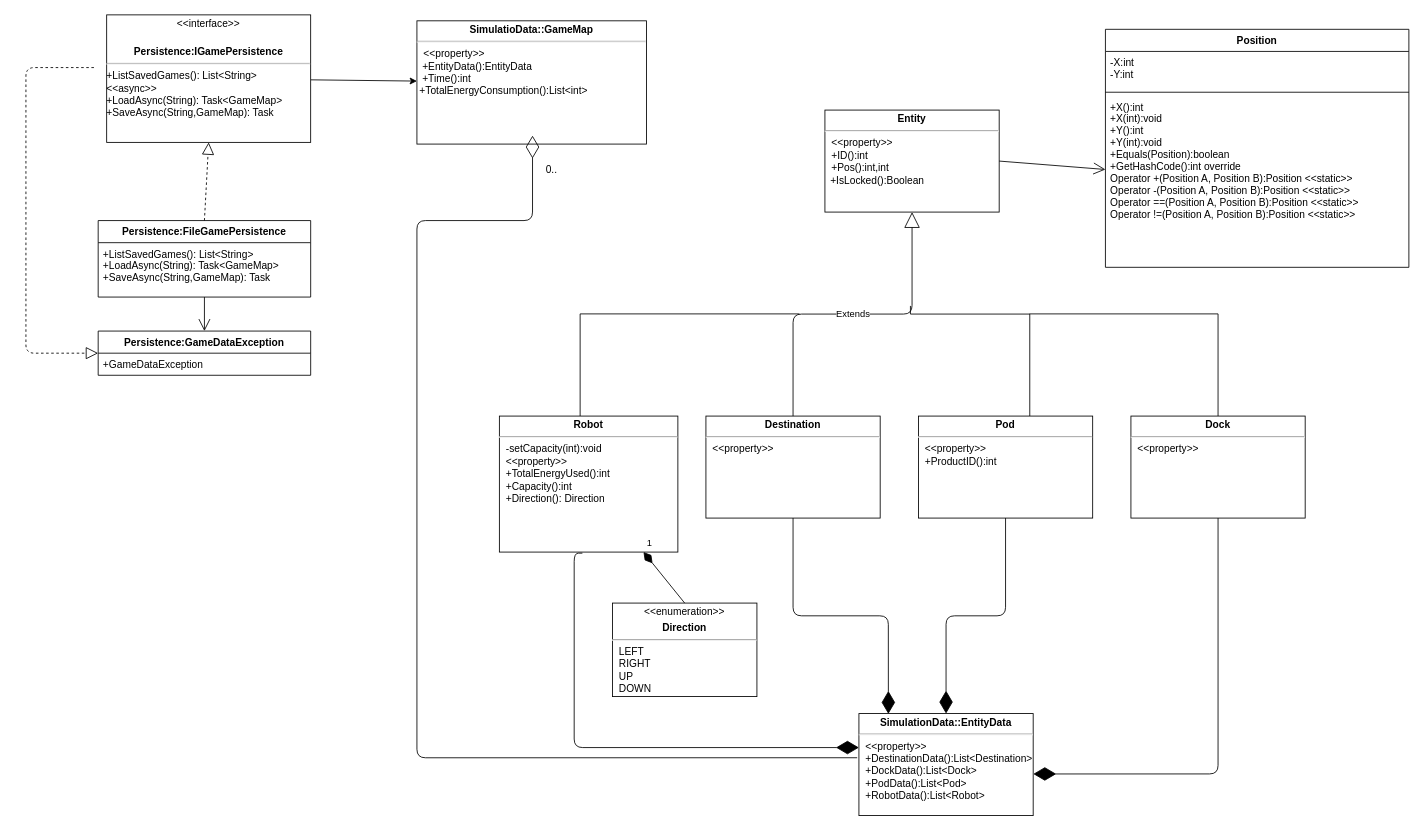
Earlier version of the draw.io diagram documents/uml/Persistence.drawio (Toncsimoncsi/Inventory-Management-System). Source tidied: cells renumbered, new cells numbered last; positions are measured from the earlier drawing's top-left corner, leaving out a move shared by most shapes. Both pictures are drawn from the tidied source at 85%, with x=0, y=0 at pixel (26, 14).
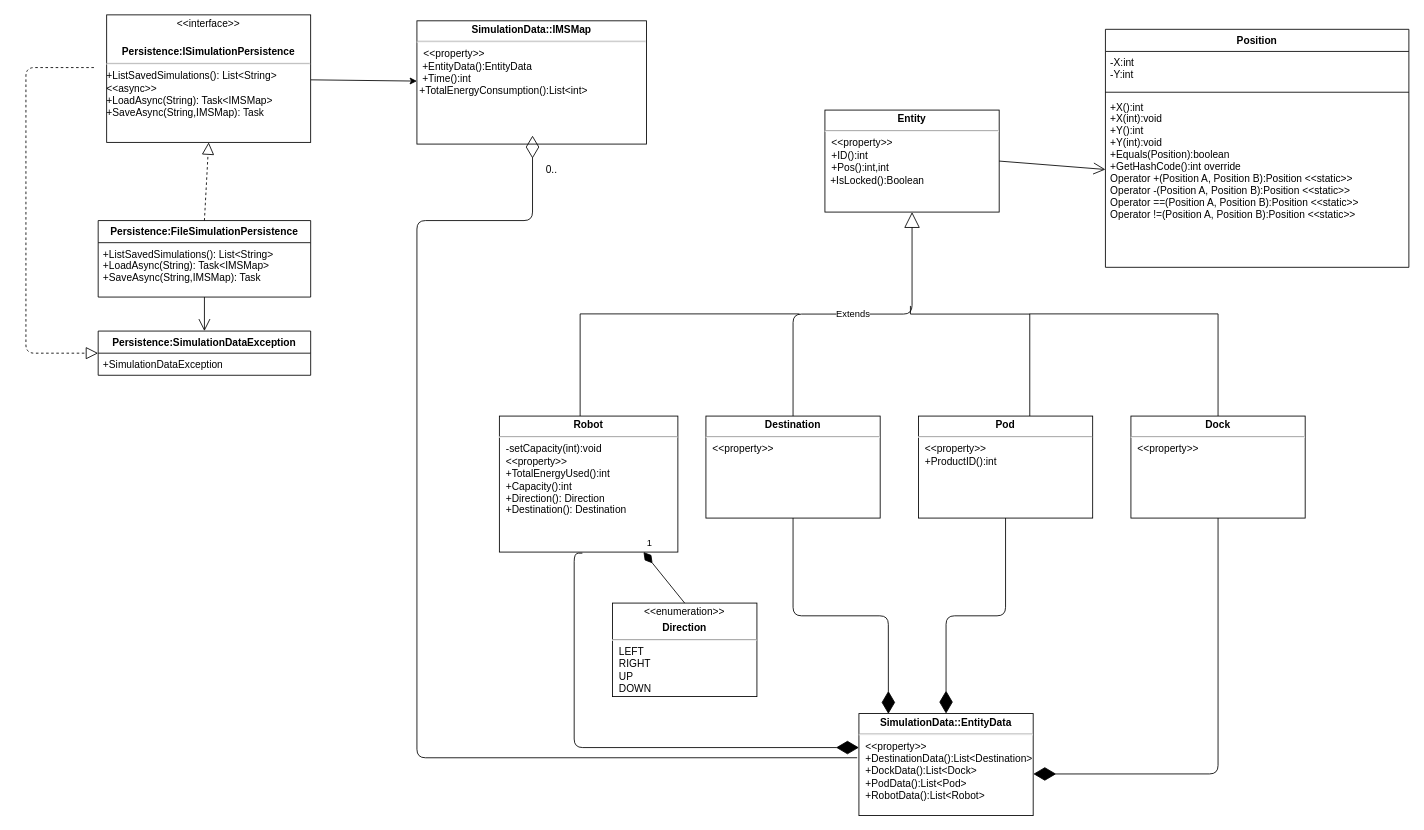
After the change.

Commit message (it also covers changes not shown here):
renamed few classes, added destination to robots  class

What changed in the source:
```diff
@@
-    <mxCell id="2" value="Persistence:GameDataException" style="swimlane;fontStyle=1;horizontal=1;startSize=26;fillColor=none;" parent="1" vertex="1">
+    <mxCell id="2" value="Persistence:SimulationDataException" style="swimlane;fontStyle=1;horizontal=1;startSize=26;fillColor=none;" parent="1" vertex="1">
       <mxGeometry x="85" y="372" width="250" height="52" as="geometry" />
     </mxCell>
-    <mxCell id="3" value="+GameDataException&#10;" style="text;strokeColor=none;fillColor=none;align=left;verticalAlign=top;spacingLeft=4;spacingRight=4;overflow=hidden;fontStyle=0;" parent="2" vertex="1">
+    <mxCell id="3" value="+SimulationDataException&#10;" style="text;strokeColor=none;fillColor=none;align=left;verticalAlign=top;spacingLeft=4;spacingRight=4;overflow=hidden;fontStyle=0;" parent="2" vertex="1">
       <mxGeometry y="26" width="250" height="26" as="geometry" />
     </mxCell>
-    <mxCell id="4" value="Persistence:FileGamePersistence" style="swimlane;fontStyle=1;horizontal=1;startSize=26;fillColor=none;" parent="1" vertex="1">
+    <mxCell id="4" value="Persistence:FileSimulationPersistence" style="swimlane;fontStyle=1;horizontal=1;startSize=26;fillColor=none;" parent="1" vertex="1">
       <mxGeometry x="85" y="242" width="250" height="90" as="geometry" />
     </mxCell>
-    <mxCell id="5" value="+ListSavedGames(): List&lt;String&gt;&#10;+LoadAsync(String): Task&lt;GameMap&gt;&#10;+SaveAsync(String,GameMap): Task&#10;&#10;&#10;" style="text;strokeColor=none;fillColor=none;align=left;verticalAlign=top;spacingLeft=4;spacingRight=4;overflow=hidden;points=[[0,0.5],[1,0.5]];portConstraint=eastwest;fontStyle=0;" parent="4" vertex="1">
+    <mxCell id="5" value="+ListSavedSimulations(): List&lt;String&gt;&#10;+LoadAsync(String): Task&lt;IMSMap&gt;&#10;+SaveAsync(String,IMSMap): Task&#10;&#10;&#10;" style="text;strokeColor=none;fillColor=none;align=left;verticalAlign=top;spacingLeft=4;spacingRight=4;overflow=hidden;points=[[0,0.5],[1,0.5]];portConstraint=eastwest;fontStyle=0;" parent="4" vertex="1">
       <mxGeometry y="26" width="250" height="64" as="geometry" />
     </mxCell>
@@
-    <mxCell id="7" value="&lt;p style=&quot;margin: 4px 0px 0px ; text-align: center&quot;&gt;&amp;lt;&amp;lt;interface&amp;gt;&amp;gt;&lt;/p&gt;&lt;p style=&quot;margin: 4px 0px 0px ; text-align: center&quot;&gt;&lt;br&gt;&lt;b&gt;Persistence:IGamePersistence&lt;/b&gt;&lt;/p&gt;&lt;hr&gt;&lt;div&gt;+ListSavedGames(): List&amp;lt;String&amp;gt;&lt;/div&gt;&lt;div&gt;&amp;lt;&amp;lt;async&amp;gt;&amp;gt;&lt;/div&gt;+LoadAsync(String): Task&amp;lt;GameMap&amp;gt;&lt;br&gt;+SaveAsync(String,GameMap): Task&lt;div&gt;&lt;br&gt;&lt;/div&gt;&lt;div&gt;&lt;br&gt;&lt;/div&gt;&lt;div&gt;&lt;br&gt;&lt;/div&gt;&lt;div&gt;&lt;br&gt;&lt;br&gt;&lt;/div&gt;&lt;p style=&quot;margin: 0px ; margin-left: 8px&quot;&gt;&lt;br&gt;&lt;/p&gt;" style="verticalAlign=top;align=left;overflow=fill;fontSize=12;fontFamily=Helvetica;html=1;fontStyle=0;" parent="1" vertex="1">
+    <mxCell id="7" value="&lt;p style=&quot;margin: 4px 0px 0px ; text-align: center&quot;&gt;&amp;lt;&amp;lt;interface&amp;gt;&amp;gt;&lt;/p&gt;&lt;p style=&quot;margin: 4px 0px 0px ; text-align: center&quot;&gt;&lt;br&gt;&lt;b&gt;Persistence:ISimulationPersistence&lt;/b&gt;&lt;/p&gt;&lt;hr&gt;&lt;div&gt;+ListSavedSimulations(): List&amp;lt;String&amp;gt;&lt;/div&gt;&lt;div&gt;&amp;lt;&amp;lt;async&amp;gt;&amp;gt;&lt;/div&gt;+LoadAsync(String): Task&amp;lt;IMSMap&amp;gt;&lt;br&gt;+SaveAsync(String,IMSMap): Task&lt;div&gt;&lt;br&gt;&lt;/div&gt;&lt;div&gt;&lt;br&gt;&lt;/div&gt;&lt;div&gt;&lt;br&gt;&lt;/div&gt;&lt;div&gt;&lt;br&gt;&lt;br&gt;&lt;/div&gt;&lt;p style=&quot;margin: 0px ; margin-left: 8px&quot;&gt;&lt;br&gt;&lt;/p&gt;" style="verticalAlign=top;align=left;overflow=fill;fontSize=12;fontFamily=Helvetica;html=1;fontStyle=0;" parent="1" vertex="1">
       <mxGeometry x="95" width="240" height="150" as="geometry" />
     </mxCell>
@@
-    <mxCell id="15" value="&lt;p style=&quot;margin: 4px 0px 0px ; text-align: center&quot;&gt;&lt;b&gt;Robot&lt;/b&gt;&lt;br&gt;&lt;/p&gt;&lt;hr&gt;&lt;p style=&quot;margin: 0px ; margin-left: 8px&quot;&gt;-setCapacity(int):void&lt;/p&gt;&lt;p style=&quot;margin: 0px ; margin-left: 8px&quot;&gt;&amp;lt;&amp;lt;property&amp;gt;&amp;gt;&lt;/p&gt;&lt;p style=&quot;margin: 0px ; margin-left: 8px&quot;&gt;+TotalEnergyUsed():int&lt;br&gt;&lt;/p&gt;&lt;p style=&quot;margin: 0px ; margin-left: 8px&quot;&gt;+Capacity():int&lt;/p&gt;&lt;p style=&quot;margin: 0px ; margin-left: 8px&quot;&gt;+Direction(): Direction&lt;br&gt;&lt;/p&gt;" style="verticalAlign=top;align=left;overflow=fill;fontSize=12;fontFamily=Helvetica;html=1;fontStyle=0;" parent="1" vertex="1">
+    <mxCell id="15" value="&lt;p style=&quot;margin: 4px 0px 0px ; text-align: center&quot;&gt;&lt;b&gt;Robot&lt;/b&gt;&lt;br&gt;&lt;/p&gt;&lt;hr&gt;&lt;p style=&quot;margin: 0px ; margin-left: 8px&quot;&gt;-setCapacity(int):void&lt;/p&gt;&lt;p style=&quot;margin: 0px ; margin-left: 8px&quot;&gt;&amp;lt;&amp;lt;property&amp;gt;&amp;gt;&lt;/p&gt;&lt;p style=&quot;margin: 0px ; margin-left: 8px&quot;&gt;+TotalEnergyUsed():int&lt;br&gt;&lt;/p&gt;&lt;p style=&quot;margin: 0px ; margin-left: 8px&quot;&gt;+Capacity():int&lt;/p&gt;&lt;p style=&quot;margin: 0px ; margin-left: 8px&quot;&gt;+Direction(): Direction&lt;/p&gt;&lt;p style=&quot;margin: 0px ; margin-left: 8px&quot;&gt;+Destination(): Destination&lt;br&gt;&lt;/p&gt;" style="verticalAlign=top;align=left;overflow=fill;fontSize=12;fontFamily=Helvetica;html=1;fontStyle=0;" parent="1" vertex="1">
       <mxGeometry x="557" y="472" width="210" height="160" as="geometry" />
     </mxCell>
@@
-    <mxCell id="25" value="&lt;p style=&quot;margin: 4px 0px 0px ; text-align: center&quot;&gt;&lt;b&gt;SimulatioData::GameMap&lt;/b&gt;&lt;/p&gt;&lt;hr&gt;&lt;p style=&quot;margin: 0px ; margin-left: 8px&quot;&gt;&amp;lt;&amp;lt;property&amp;gt;&amp;gt;&lt;br&gt;&lt;/p&gt;&lt;div&gt;&amp;nbsp; +EntityData():EntityData&lt;/div&gt;&lt;div&gt;&amp;nbsp; +Time():int&lt;/div&gt;&lt;div&gt;&amp;nbsp;+TotalEnergyConsumption():List&amp;lt;int&amp;gt;&lt;/div&gt;&lt;div&gt;&lt;br&gt;&lt;/div&gt;&lt;div&gt;&lt;br&gt;&lt;/div&gt;&lt;div&gt;&lt;br&gt;&lt;/div&gt;&lt;div&gt;&lt;br&gt;&lt;/div&gt;" style="verticalAlign=top;align=left;overflow=fill;fontSize=12;fontFamily=Helvetica;html=1;fontStyle=0;" parent="1" vertex="1">
+    <mxCell id="25" value="&lt;p style=&quot;margin: 4px 0px 0px ; text-align: center&quot;&gt;&lt;b&gt;SimulationData::IMSMap&lt;/b&gt;&lt;/p&gt;&lt;hr&gt;&lt;p style=&quot;margin: 0px ; margin-left: 8px&quot;&gt;&amp;lt;&amp;lt;property&amp;gt;&amp;gt;&lt;br&gt;&lt;/p&gt;&lt;div&gt;&amp;nbsp; +EntityData():EntityData&lt;/div&gt;&lt;div&gt;&amp;nbsp; +Time():int&lt;/div&gt;&lt;div&gt;&amp;nbsp;+TotalEnergyConsumption():List&amp;lt;int&amp;gt;&lt;/div&gt;&lt;div&gt;&lt;br&gt;&lt;/div&gt;&lt;div&gt;&lt;br&gt;&lt;/div&gt;&lt;div&gt;&lt;br&gt;&lt;/div&gt;&lt;div&gt;&lt;br&gt;&lt;/div&gt;" style="verticalAlign=top;align=left;overflow=fill;fontSize=12;fontFamily=Helvetica;html=1;fontStyle=0;" parent="1" vertex="1">
       <mxGeometry x="460" y="7" width="270" height="145" as="geometry" />
     </mxCell>
```
